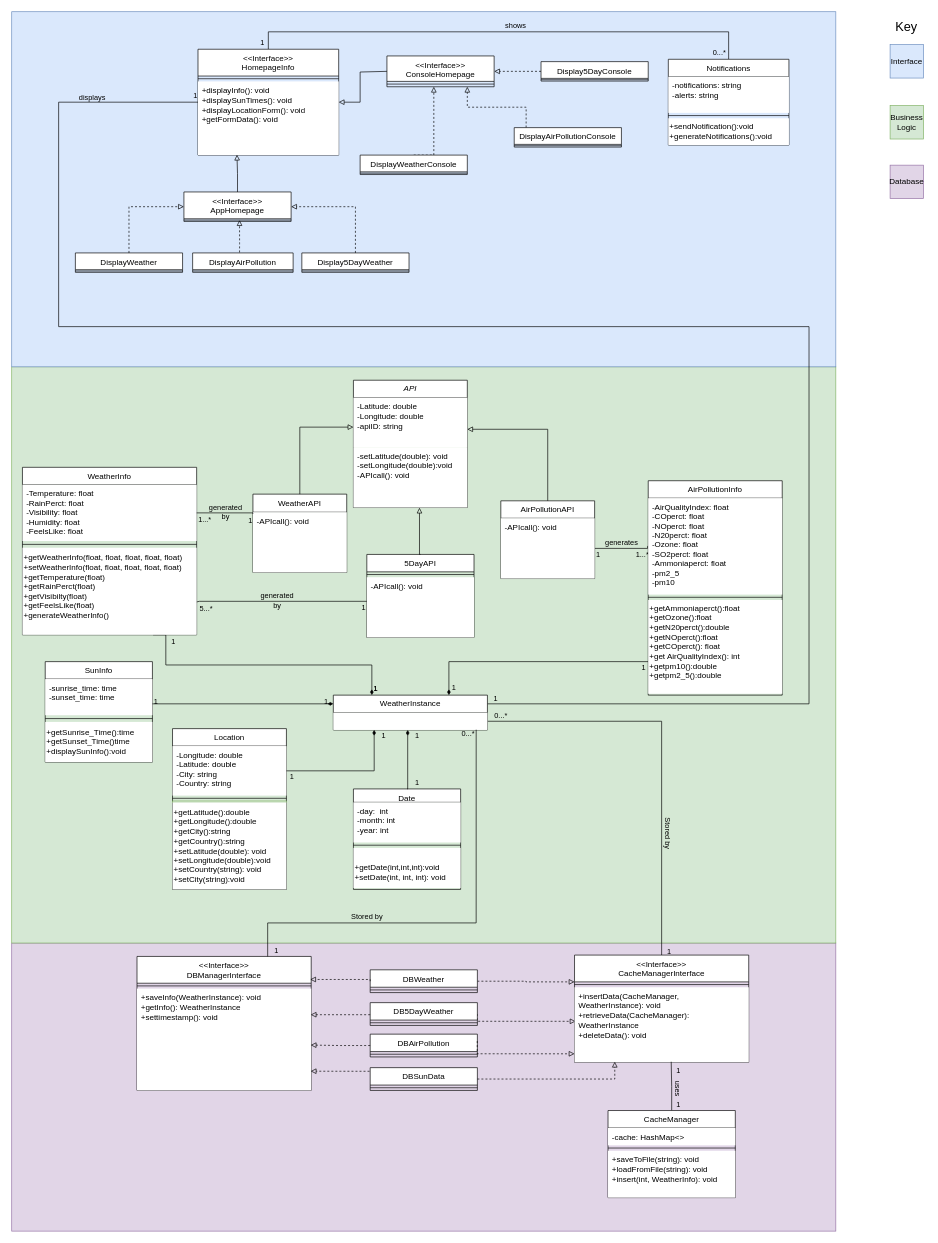
Earlier version of the draw.io diagram diagrams/UpdatedClassDiagram.drawio.xml (lai-jaz/WeatherApp-Horizon). Source tidied: cells renumbered, new cells numbered last; positions are measured from the earlier drawing's top-left corner, leaving out a move shared by most shapes. Both pictures are drawn from the tidied source at 67%, with x=0, y=0 at pixel (11, 11).
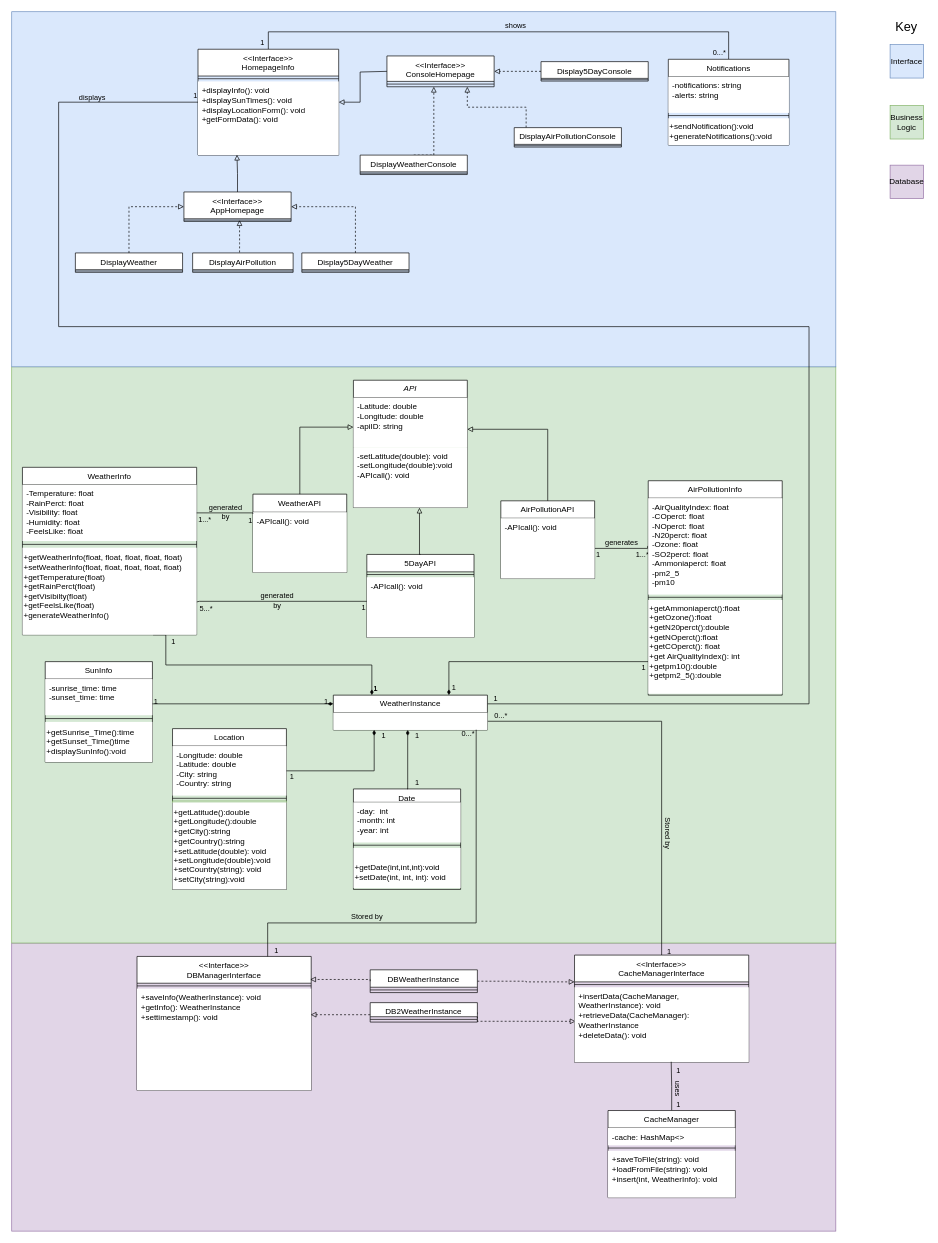
The same page after the edit.

Commit message:
Added updated class diagram

Changed some classes in the database section

The change refers to these unchanged cells:
```xml
<mxCell id="131" value="+insertData(CacheManager, WeatherInstance): void&lt;br&gt;&lt;div&gt;+retrieveData(CacheManager): WeatherInstance&lt;/div&gt;&lt;div&gt;+deleteData(): void&lt;/div&gt;" style="text;align=left;verticalAlign=top;spacingLeft=4;spacingRight=4;overflow=hidden;points=[[0,0.5],[1,0.5]];portConstraint=eastwest;whiteSpace=wrap;html=1;fillColor=default;" parent="129" vertex="1">
  <mxGeometry y="48" width="260" height="112" as="geometry" />
</mxCell>
```

Change to the diagram source:
```diff
@@
-    <mxCell id="119" value="&lt;span style=&quot;font-weight: normal;&quot;&gt;DBAirPollution&lt;/span&gt;" style="swimlane;fontStyle=1;align=center;verticalAlign=top;horizontal=1;startSize=26;whiteSpace=wrap;html=1;" parent="1" vertex="1">
-      <mxGeometry x="535" y="1526" width="160" height="34" as="geometry" />
-    </mxCell>
-    <mxCell id="120" style="line;strokeWidth=1;fillColor=none;align=left;verticalAlign=middle;spacingTop=-1;spacingLeft=3;spacingRight=3;labelPosition=right;strokeColor=inherit;" parent="119" vertex="1">
-      <mxGeometry y="26" width="160" height="8" as="geometry" />
-    </mxCell>
@@
-    <mxCell id="122" value="&lt;span style=&quot;font-weight: normal;&quot;&gt;DBWeather&lt;/span&gt;" style="swimlane;fontStyle=1;align=center;verticalAlign=top;horizontal=1;startSize=26;whiteSpace=wrap;html=1;" parent="1" vertex="1">
+    <mxCell id="122" value="&lt;span style=&quot;font-weight: normal;&quot;&gt;DBWeatherInstance&lt;/span&gt;" style="swimlane;fontStyle=1;align=center;verticalAlign=top;horizontal=1;startSize=26;whiteSpace=wrap;html=1;" parent="1" vertex="1">
       <mxGeometry x="535" y="1430" width="160" height="34" as="geometry" />
     </mxCell>
@@
-    <mxCell id="125" value="&lt;span style=&quot;font-weight: normal;&quot;&gt;DB5DayWeather&lt;/span&gt;" style="swimlane;fontStyle=1;align=center;verticalAlign=top;horizontal=1;startSize=26;whiteSpace=wrap;html=1;" parent="1" vertex="1">
-      <mxGeometry x="535" y="1479" width="160" height="34" as="geometry" />
+    <mxCell id="125" value="&lt;span style=&quot;font-weight: normal;&quot;&gt;DB2WeatherInstance&lt;/span&gt;" style="swimlane;fontStyle=1;align=center;verticalAlign=top;horizontal=1;startSize=21;whiteSpace=wrap;html=1;" parent="1" vertex="1">
+      <mxGeometry x="535" y="1479" width="160" height="29" as="geometry" />
     </mxCell>
     <mxCell id="126" style="line;strokeWidth=1;fillColor=none;align=left;verticalAlign=middle;spacingTop=-1;spacingLeft=3;spacingRight=3;labelPosition=right;strokeColor=inherit;" parent="125" vertex="1">
-      <mxGeometry y="26" width="160" height="8" as="geometry" />
+      <mxGeometry y="21" width="160" height="8" as="geometry" />
     </mxCell>
-    <mxCell id="127" value="&lt;span style=&quot;font-weight: normal;&quot;&gt;DBSunData&lt;/span&gt;" style="swimlane;fontStyle=1;align=center;verticalAlign=top;horizontal=1;startSize=26;whiteSpace=wrap;html=1;" parent="1" vertex="1">
-      <mxGeometry x="535" y="1576" width="160" height="34" as="geometry" />
-    </mxCell>
-    <mxCell id="128" style="line;strokeWidth=1;fillColor=none;align=left;verticalAlign=middle;spacingTop=-1;spacingLeft=3;spacingRight=3;labelPosition=right;strokeColor=inherit;" parent="127" vertex="1">
-      <mxGeometry y="26" width="160" height="8" as="geometry" />
-    </mxCell>
@@
-    <mxCell id="134" style="edgeStyle=orthogonalEdgeStyle;rounded=0;jettySize=auto;html=1;entryX=0;entryY=0.887;entryDx=0;entryDy=0;entryPerimeter=0;exitX=0.999;exitY=0.303;exitDx=0;exitDy=0;exitPerimeter=0;endArrow=block;endFill=0;dashed=1;" parent="1" edge="1" source="119" target="131">
-      <mxGeometry relative="1" as="geometry">
-        <Array as="points">
-          <mxPoint x="695" y="1555" />
-        </Array>
-      </mxGeometry>
-    </mxCell>
-    <mxCell id="135" style="edgeStyle=orthogonalEdgeStyle;rounded=0;jettySize=auto;html=1;exitX=0;exitY=0.5;exitDx=0;exitDy=0;entryX=0.997;entryY=0.647;entryDx=0;entryDy=0;endArrow=block;endFill=0;dashed=1;entryPerimeter=0;" parent="1" edge="1" source="119">
-      <mxGeometry relative="1" as="geometry">
-        <mxPoint x="446.2" y="1542.3" as="targetPoint" />
-      </mxGeometry>
-    </mxCell>
-    <mxCell id="136" style="edgeStyle=orthogonalEdgeStyle;rounded=0;jettySize=auto;html=1;exitX=1;exitY=0.5;exitDx=0;exitDy=0;entryX=0.231;entryY=0.993;entryDx=0;entryDy=0;entryPerimeter=0;endArrow=block;endFill=0;dashed=1;" parent="1" edge="1" source="127" target="131">
-      <mxGeometry relative="1" as="geometry" />
-    </mxCell>
-    <mxCell id="137" style="edgeStyle=orthogonalEdgeStyle;rounded=0;jettySize=auto;html=1;exitX=-0.006;exitY=0.159;exitDx=0;exitDy=0;entryX=0.997;entryY=0.903;entryDx=0;entryDy=0;entryPerimeter=0;endArrow=block;endFill=0;dashed=1;exitPerimeter=0;" parent="1" edge="1" source="127">
-      <mxGeometry relative="1" as="geometry">
-        <mxPoint x="446.2" y="1581.3" as="targetPoint" />
-      </mxGeometry>
-    </mxCell>
```
